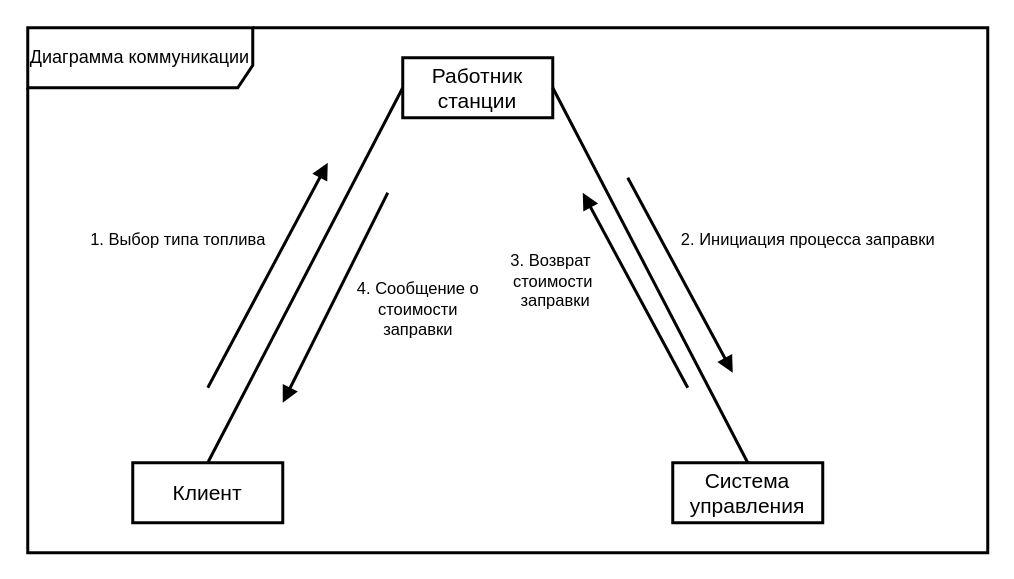
This is page "Page-3" (3 of 3) of 2.drawio from Helpmepleaseitishard/Aikms, a draw.io file, before an edit. Source tidied: cells renumbered, new cells numbered last; positions are measured from the earlier drawing's top-left corner, leaving out a move shared by most shapes. Both pictures are drawn from the tidied source at 150%, with x=0, y=0 at pixel (27, 27).
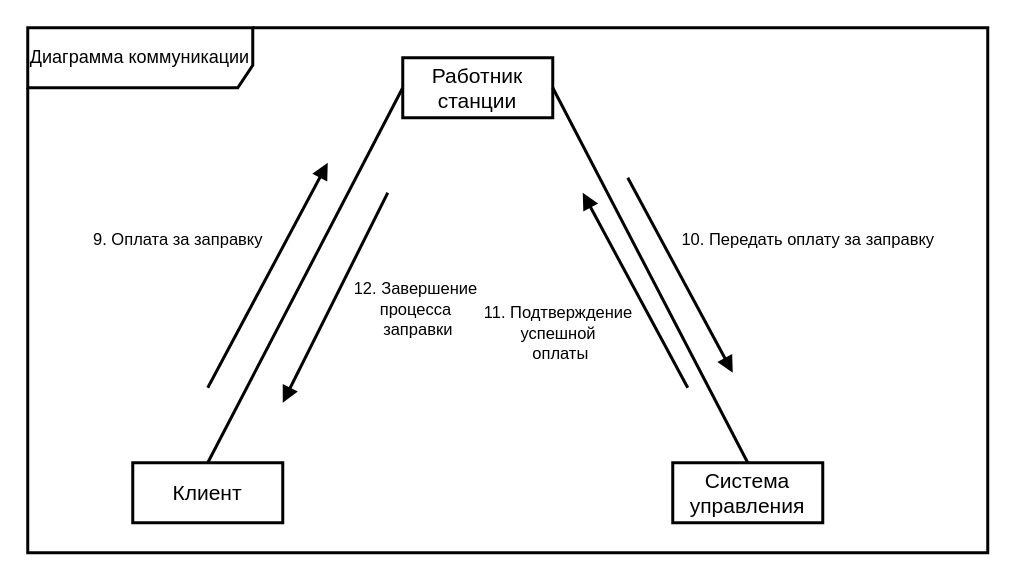
The same diagram, later.

The edit, as a diff of the source:
```diff
@@
 <mxGraphModel>
   <root>
     <mxCell id="0" />
     <mxCell id="1" parent="0" />
     <mxCell id="2" value="Клиент" style="html=1;whiteSpace=wrap;strokeWidth=2;fontSize=14;" parent="1" vertex="1">
       <mxGeometry x="70" y="290" width="100" height="40" as="geometry" />
     </mxCell>
     <mxCell id="3" value="Работник станции" style="html=1;whiteSpace=wrap;strokeWidth=2;fontSize=14;" parent="1" vertex="1">
       <mxGeometry x="250" y="20" width="100" height="40" as="geometry" />
     </mxCell>
     <mxCell id="4" value="Система управления" style="html=1;whiteSpace=wrap;strokeWidth=2;fontSize=14;" parent="1" vertex="1">
       <mxGeometry x="430" y="290" width="100" height="40" as="geometry" />
     </mxCell>
     <mxCell id="5" style="html=1;verticalAlign=bottom;endArrow=none;curved=0;rounded=0;strokeWidth=2;startFill=0;entryX=0;entryY=0.5;entryDx=0;entryDy=0;exitX=0.5;exitY=0;exitDx=0;exitDy=0;" parent="1" edge="1" source="2" target="3">
       <mxGeometry relative="1" as="geometry" />
     </mxCell>
     <mxCell id="6" style="html=1;verticalAlign=bottom;endArrow=none;curved=0;rounded=0;strokeWidth=2;startFill=0;entryX=1;entryY=0.5;entryDx=0;entryDy=0;exitX=0.5;exitY=0;exitDx=0;exitDy=0;" parent="1" edge="1" source="4" target="3">
       <mxGeometry relative="1" as="geometry" />
     </mxCell>
-    <mxCell id="7" value="1. Выбор типа топлива" style="html=1;verticalAlign=bottom;endArrow=block;curved=0;rounded=0;strokeWidth=2;startFill=0;exitX=0.5;exitY=0;exitDx=0;exitDy=0;endFill=1;" parent="1" edge="1">
+    <mxCell id="7" value="9. Оплата за заправку" style="html=1;verticalAlign=bottom;endArrow=block;curved=0;rounded=0;strokeWidth=2;startFill=0;exitX=0.5;exitY=0;exitDx=0;exitDy=0;endFill=1;" parent="1" edge="1">
       <mxGeometry x="-0.18" y="60" relative="1" as="geometry">
         <mxPoint x="120" y="240" as="sourcePoint" />
         <mxPoint x="200" y="90" as="targetPoint" />
       </mxGeometry>
     </mxCell>
-    <mxCell id="8" value="2. Инициация процесса заправки" style="html=1;verticalAlign=bottom;endArrow=block;curved=0;rounded=0;strokeWidth=2;startFill=0;exitX=0.5;exitY=0;exitDx=0;exitDy=0;endFill=1;" parent="1" edge="1">
+    <mxCell id="8" value="10. Передать оплату за заправку" style="html=1;verticalAlign=bottom;endArrow=block;curved=0;rounded=0;strokeWidth=2;startFill=0;exitX=0.5;exitY=0;exitDx=0;exitDy=0;endFill=1;" parent="1" edge="1">
       <mxGeometry x="0.37" y="82" relative="1" as="geometry">
         <mxPoint x="400" y="100" as="sourcePoint" />
         <mxPoint x="470" y="230" as="targetPoint" />
       </mxGeometry>
     </mxCell>
-    <mxCell id="9" value="&lt;div&gt;3. Возврат&amp;nbsp;&lt;/div&gt;&lt;div&gt;стоимости&lt;/div&gt;&lt;div&gt;&amp;nbsp;заправки&lt;/div&gt;" style="html=1;verticalAlign=bottom;endArrow=block;curved=0;rounded=0;strokeWidth=2;startFill=0;endFill=1;" parent="1" edge="1">
-      <mxGeometry x="0.17" y="56" relative="1" as="geometry">
+    <mxCell id="9" value="&lt;div&gt;11. Подтверждение&amp;nbsp;&lt;/div&gt;&lt;div&gt;успешной&amp;nbsp;&lt;/div&gt;&lt;div&gt;оплаты&lt;/div&gt;" style="html=1;verticalAlign=bottom;endArrow=block;curved=0;rounded=0;strokeWidth=2;startFill=0;endFill=1;" parent="1" edge="1">
+      <mxGeometry x="-0.29" y="68" relative="1" as="geometry">
         <mxPoint x="440" y="240" as="sourcePoint" />
         <mxPoint x="370" y="110" as="targetPoint" />
       </mxGeometry>
     </mxCell>
-    <mxCell id="10" value="&lt;div&gt;4. Сообщение о&lt;/div&gt;&lt;div&gt;&amp;nbsp;стоимости&amp;nbsp;&lt;/div&gt;&lt;div&gt;заправки&lt;/div&gt;" style="html=1;verticalAlign=bottom;endArrow=block;curved=0;rounded=0;strokeWidth=2;startFill=0;endFill=1;" parent="1" edge="1">
+    <mxCell id="10" value="&lt;div&gt;12. Завершение&amp;nbsp;&lt;/div&gt;&lt;div&gt;процесса&amp;nbsp;&lt;/div&gt;&lt;div&gt;заправки&lt;/div&gt;" style="html=1;verticalAlign=bottom;endArrow=block;curved=0;rounded=0;strokeWidth=2;startFill=0;endFill=1;" parent="1" edge="1">
       <mxGeometry x="0.03" y="63" relative="1" as="geometry">
         <mxPoint x="240" y="110" as="sourcePoint" />
         <mxPoint x="170" y="250" as="targetPoint" />
         <mxPoint y="-1" as="offset" />
       </mxGeometry>
     </mxCell>
     <mxCell id="11" value="Диаграмма коммуникации" style="shape=umlFrame;whiteSpace=wrap;html=1;width=150;height=40;strokeWidth=2;" parent="1" vertex="1">
       <mxGeometry width="640" height="350" as="geometry" />
     </mxCell>
   </root>
 </mxGraphModel>
```
